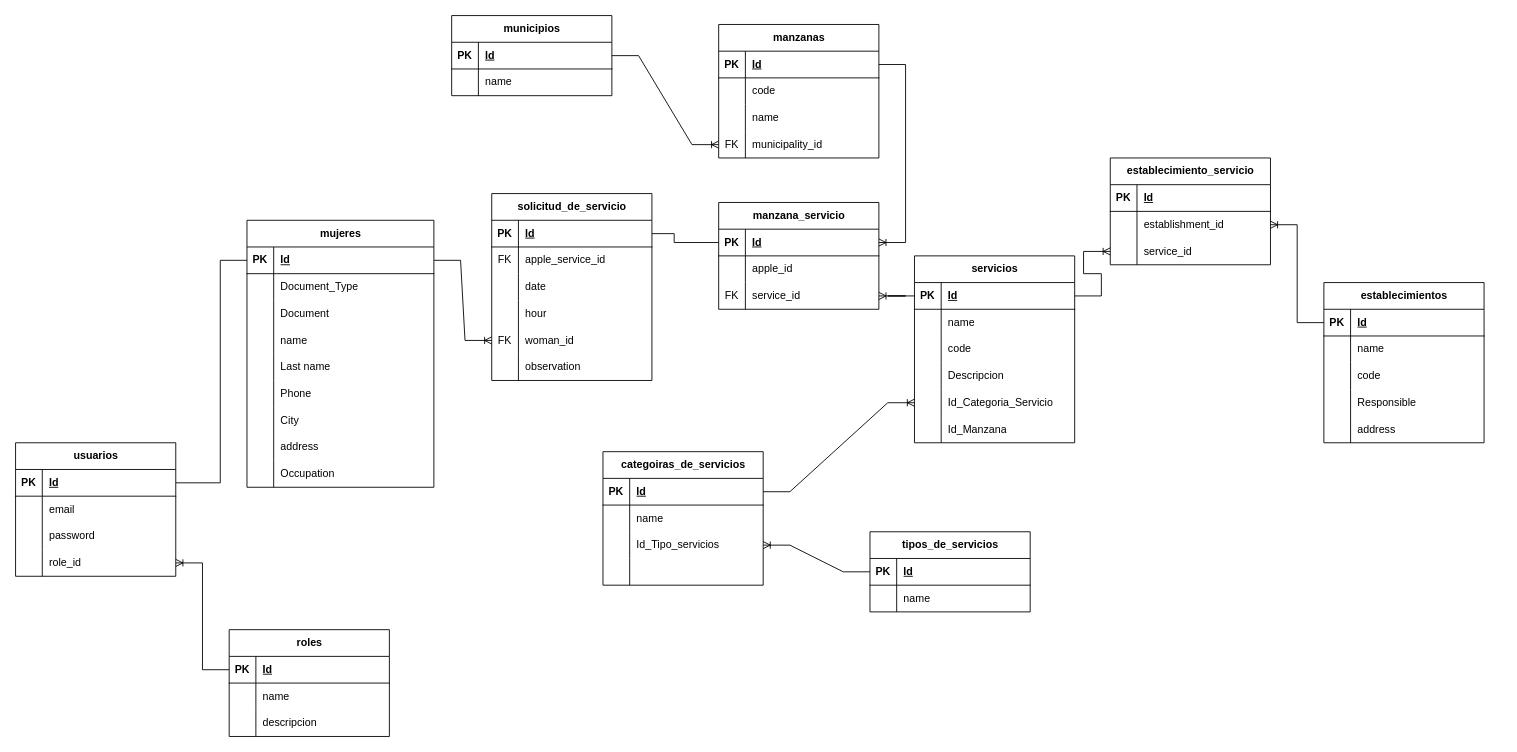
Above: Regiona-Huila-Centro Agroindustrial/Soft Modelo Relacional.drawio in Yayis24/SoftWomanHuila (draw.io), before the change. Source tidied: cells renumbered, new cells numbered last; positions are measured from the earlier drawing's top-left corner, leaving out a move shared by most shapes. Both pictures are drawn from the tidied source at 89%, with x=0, y=0 at pixel (15, 15).
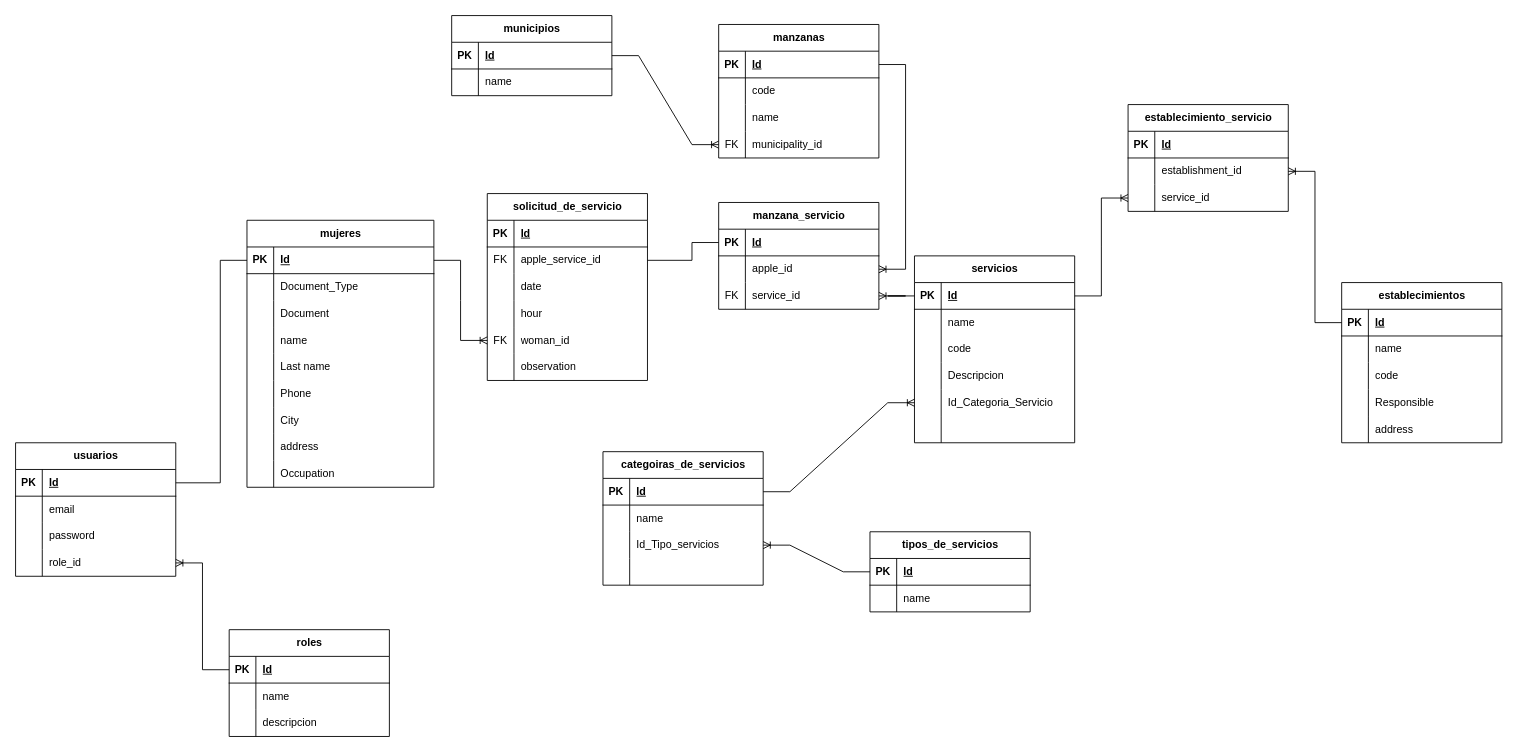
After the change.

Unchanged cells that the change refers to:
```xml
<mxCell id="3" style="shape=tableRow;horizontal=0;startSize=0;swimlaneHead=0;swimlaneBody=0;fillColor=none;points=[[0,0.5],[1,0.5]];portConstraint=eastwest;top=0;left=0;right=0;bottom=1;" parent="2" vertex="1">
  <mxGeometry y="30" width="180" height="30" as="geometry" />
</mxCell>
<mxCell id="58" style="shape=tableRow;horizontal=0;startSize=0;swimlaneHead=0;swimlaneBody=0;fillColor=none;top=0;left=0;right=0;bottom=0;" parent="42" vertex="1">
  <mxGeometry y="180" width="180" height="30" as="geometry" />
</mxCell>
<mxCell id="78" style="shape=tableRow;horizontal=0;startSize=0;swimlaneHead=0;swimlaneBody=0;fillColor=none;points=[[0,0.5],[1,0.5]];portConstraint=eastwest;top=0;left=0;right=0;bottom=1;" parent="77" vertex="1">
  <mxGeometry y="30" width="180" height="30" as="geometry" />
</mxCell>
<mxCell id="81" style="shape=tableRow;horizontal=0;startSize=0;swimlaneHead=0;swimlaneBody=0;fillColor=none;points=[[0,0.5],[1,0.5]];portConstraint=eastwest;top=0;left=0;right=0;bottom=0;" parent="77" vertex="1">
  <mxGeometry y="60" width="180" height="30" as="geometry" />
</mxCell>
<mxCell id="167" style="shape=tableRow;horizontal=0;startSize=0;swimlaneHead=0;swimlaneBody=0;fillColor=none;points=[[0,0.5],[1,0.5]];portConstraint=eastwest;top=0;left=0;right=0;bottom=1;" parent="166" vertex="1">
  <mxGeometry y="30" width="180" height="30" as="geometry" />
</mxCell>
<mxCell id="170" style="shape=tableRow;horizontal=0;startSize=0;swimlaneHead=0;swimlaneBody=0;fillColor=none;points=[[0,0.5],[1,0.5]];portConstraint=eastwest;top=0;left=0;right=0;bottom=0;" parent="166" vertex="1">
  <mxGeometry y="60" width="180" height="30" as="geometry" />
</mxCell>
```

Diff of the diagram source:
```diff
@@
-    <mxCell id="60" value="Id_Manzana" style="shape=partialRectangle;fillColor=none;top=0;left=0;bottom=0;right=0;align=left;spacingLeft=6;overflow=hidden;whiteSpace=wrap;html=1;" parent="58" vertex="1">
+    <mxCell id="60" style="shape=partialRectangle;fillColor=none;top=0;left=0;bottom=0;right=0;align=left;spacingLeft=6;overflow=hidden;whiteSpace=wrap;html=1;" parent="58" vertex="1">
       <mxGeometry x="30" width="150" height="30" as="geometry" />
     </mxCell>
     <mxCell id="61" value="establecimientos" style="shape=table;startSize=30;childLayout=tableLayout;rowLines=0;fontStyle=1;align=center;html=1;" parent="1" vertex="1">
-      <mxGeometry x="1470" y="300" width="180" height="180" as="geometry" />
+      <mxGeometry x="1490" y="300" width="180" height="180" as="geometry" />
     </mxCell>
@@
     <mxCell id="77" value="solicitud_de_servicio" style="shape=table;startSize=30;childLayout=tableLayout;rowLines=0;fontStyle=1;align=center;html=1;" parent="1" vertex="1">
-      <mxGeometry x="535" y="200" width="180" height="210" as="geometry" />
+      <mxGeometry x="530" y="200" width="180" height="210" as="geometry" />
     </mxCell>
@@
     <mxCell id="124" value="establecimiento_servicio" style="shape=table;startSize=30;childLayout=tableLayout;rowLines=0;fontStyle=1;align=center;html=1;" parent="1" vertex="1">
-      <mxGeometry x="1230" y="160" width="180" height="120" as="geometry" />
+      <mxGeometry x="1250" y="100" width="180" height="120" as="geometry" />
     </mxCell>
@@
-    <mxCell id="140" style="edgeStyle=entityRelationEdgeStyle;fontSize=12;html=1;endArrow=ERoneToMany;rounded=0;exitX=1;exitY=0.5;exitDx=0;exitDy=0;entryX=1;entryY=0.5;entryDx=0;entryDy=0;" parent="1" edge="1" source="3" target="167">
+    <mxCell id="140" style="edgeStyle=entityRelationEdgeStyle;fontSize=12;html=1;endArrow=ERoneToMany;rounded=0;exitX=1;exitY=0.5;exitDx=0;exitDy=0;entryX=1;entryY=0.5;entryDx=0;entryDy=0;" parent="1" edge="1" source="3" target="170">
       <mxGeometry relative="1" as="geometry" />
     </mxCell>
@@
-    <mxCell id="177" style="endArrow=none;html=1;rounded=0;exitX=1;exitY=0.5;exitDx=0;exitDy=0;entryX=0;entryY=0.5;entryDx=0;entryDy=0;" parent="1" edge="1" source="78" target="167">
+    <mxCell id="177" style="endArrow=none;html=1;rounded=0;exitX=1;exitY=0.5;exitDx=0;exitDy=0;entryX=0;entryY=0.5;entryDx=0;entryDy=0;" parent="1" edge="1" source="81" target="167">
       <mxGeometry relative="1" as="geometry">
         <Array as="points">
-          <mxPoint x="740" y="245" />
-          <mxPoint x="740" y="255" />
+          <mxPoint x="760" y="275" />
+          <mxPoint x="760" y="255" />
         </Array>
       </mxGeometry>
     </mxCell>
```
